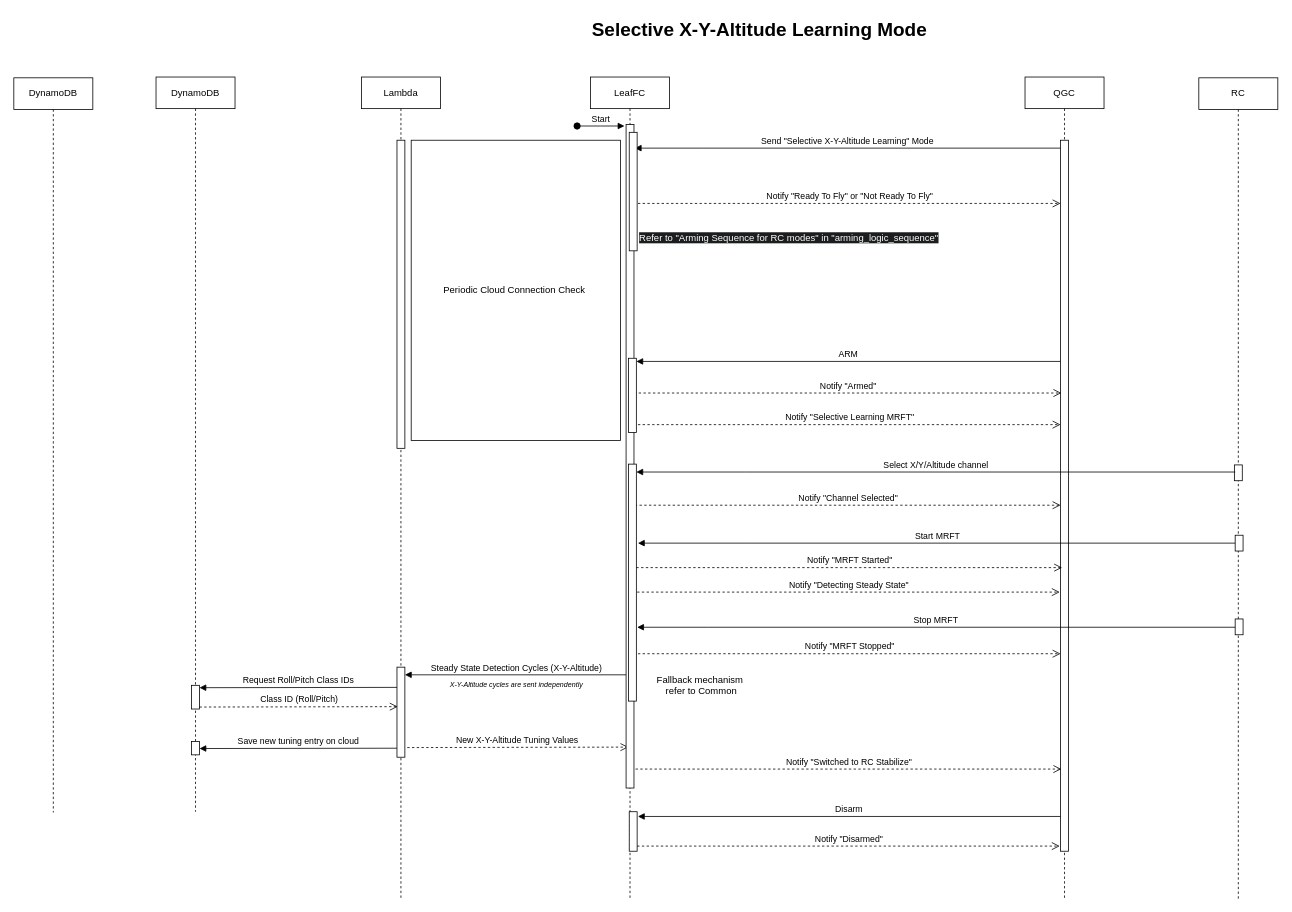
This is Guide/HEAR Software/Flight Modes/Modes Sequence Diagrams/X-Y-Altitude selective learning mode.drawio from DroneLeaf/HEAR_wiki, a draw.io file, before an edit. Source tidied: cells renumbered, new cells numbered last; positions are measured from the earlier drawing's top-left corner, leaving out a move shared by most shapes. Both pictures are drawn from the tidied source at 79%, with x=0, y=0 at pixel (13, 13).
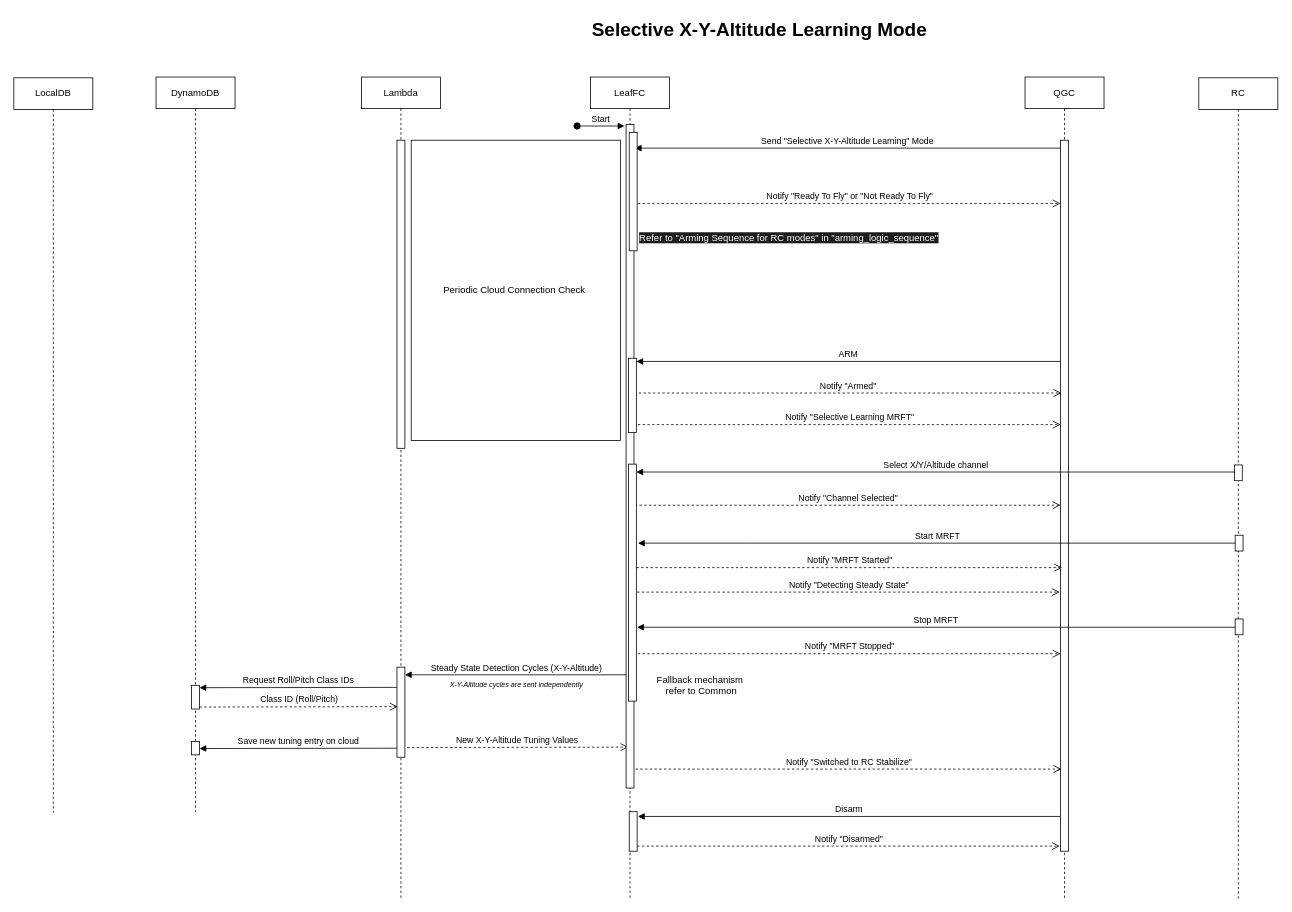
The same page after the edit.

Commit message (it also covers changes not shown here):
Updated X-Y-Altitude selective learning mode diagram to reflect LocalDB instead of DynamoDB

What changed in the source:
```diff
@@
-    <mxCell id="46" value="&lt;div&gt;DynamoDB&lt;/div&gt;" style="shape=umlLifeline;perimeter=lifelinePerimeter;whiteSpace=wrap;html=1;newEdgeStyle={&quot;edgeStyle&quot;:&quot;elbowEdgeStyle&quot;,&quot;elbow&quot;:&quot;vertical&quot;,&quot;curved&quot;:0,&quot;rounded&quot;:0};" parent="1" vertex="1">
+    <mxCell id="46" value="&lt;div&gt;LocalDB&lt;/div&gt;" style="shape=umlLifeline;perimeter=lifelinePerimeter;whiteSpace=wrap;html=1;newEdgeStyle={&quot;edgeStyle&quot;:&quot;elbowEdgeStyle&quot;,&quot;elbow&quot;:&quot;vertical&quot;,&quot;curved&quot;:0,&quot;rounded&quot;:0};" parent="1" vertex="1">
       <mxGeometry y="81" width="100" height="930" as="geometry" />
     </mxCell>
```
